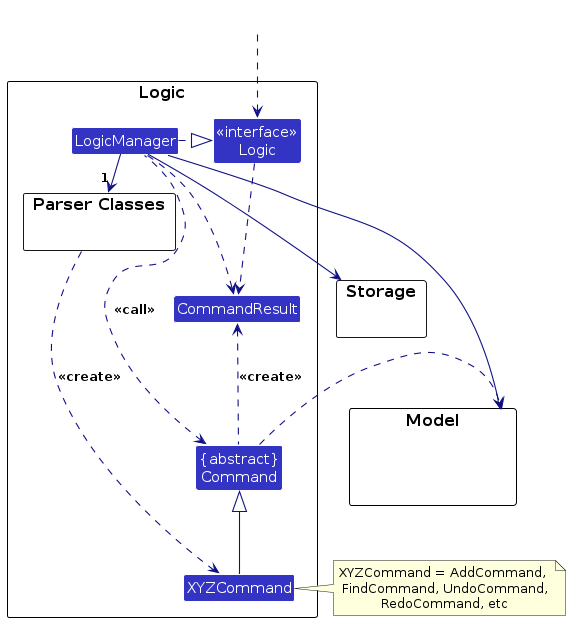
AY2627S1-CS2103T-W10-4/tp keeps this PlantUML diagram as diagrams/LogicClassDiagram.png. Above is the earlier version. Its source is kept beside it as diagrams/LogicClassDiagram.puml.
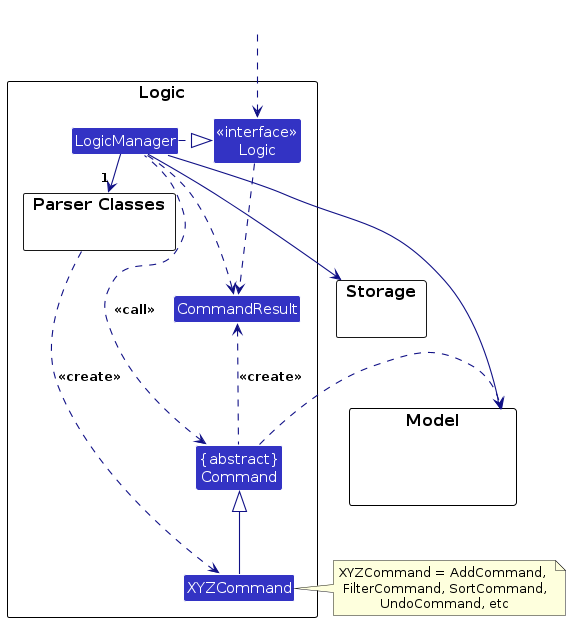
After the commit.

What changed in the source:
```diff
@@ -39,7 +39,7 @@
 Storage --[hidden] Model
 Command .[hidden]up.> Storage
 Command .right.> Model
-note right of XYZCommand: XYZCommand = AddCommand, \nFindCommand, UndoCommand,\nRedoCommand, etc
+note right of XYZCommand: XYZCommand = AddCommand, \nFilterCommand, SortCommand,\nUndoCommand, etc
 
 Logic ..> CommandResult
 LogicManager .down.> CommandResult
```
